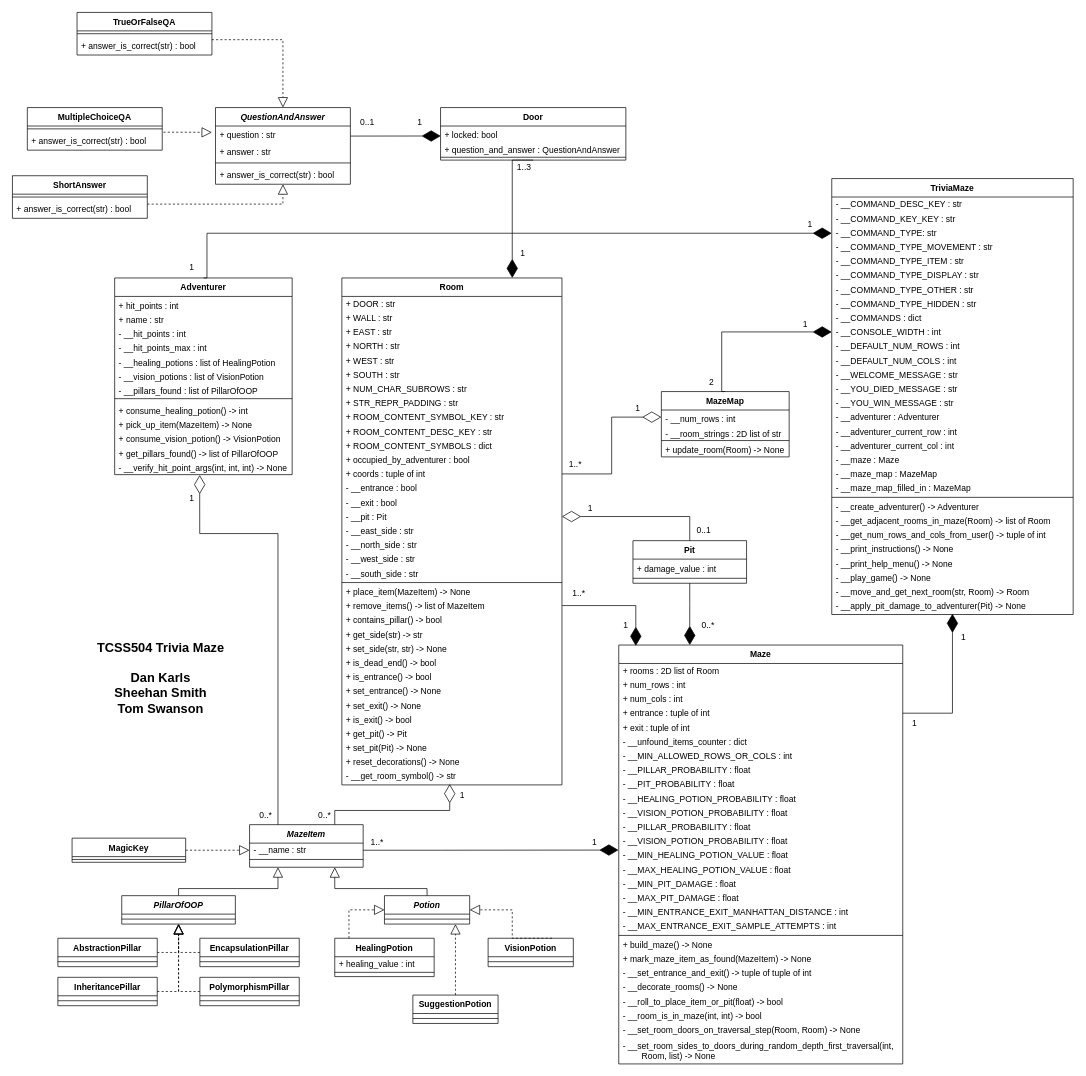
Before: doc/UML.drawio in dskarls/TCSS504-Trivia-Maze, a draw.io diagram. Source tidied: cells renumbered, new cells numbered last; positions are measured from the earlier drawing's top-left corner, leaving out a move shared by most shapes. Both pictures are drawn from the tidied source at 71%, with x=0, y=0 at pixel (12, 12).
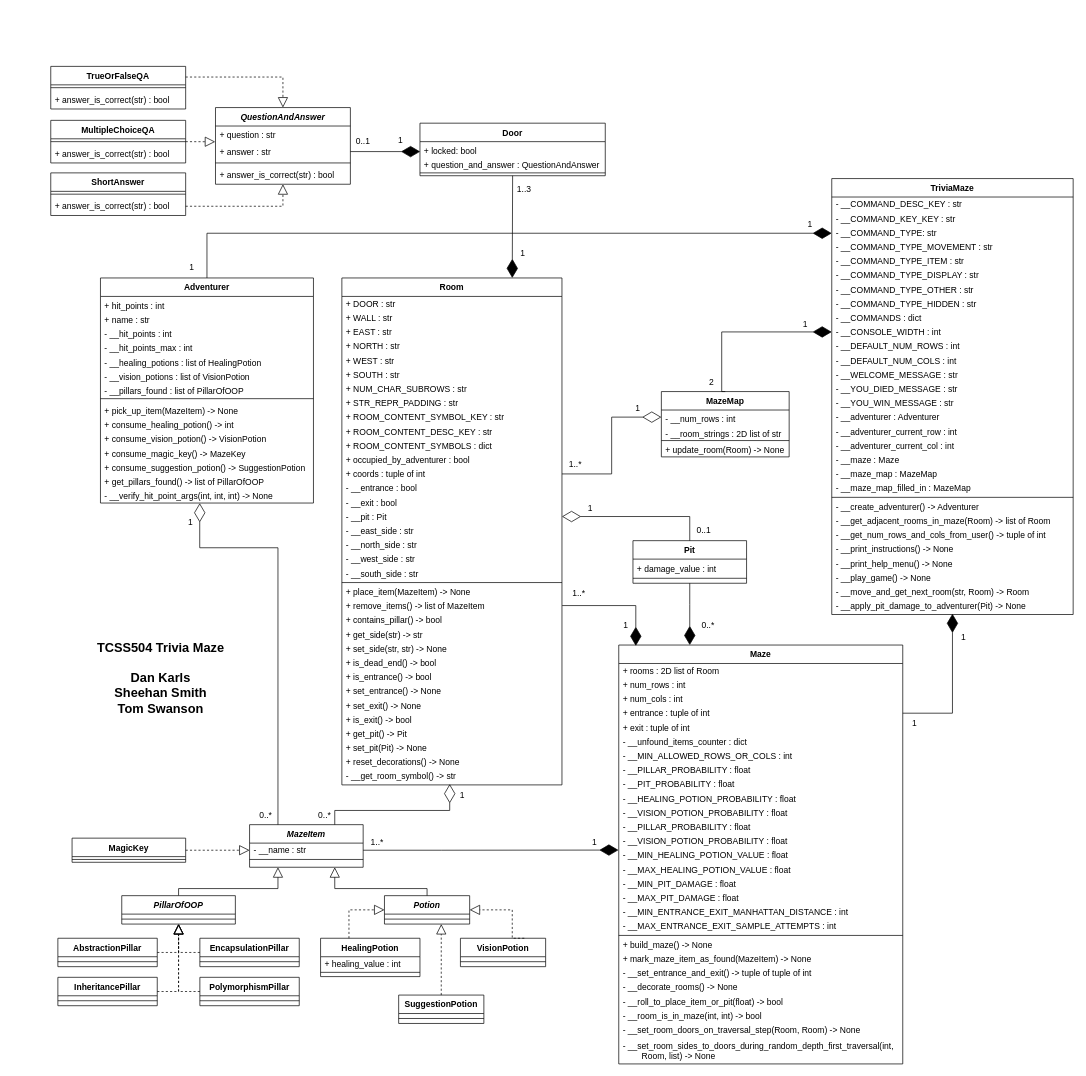
After the change.

Commit message:
DOC: Misc. clean-up of UML diagram

The change refers to these unchanged cells:
```xml
<mxCell id="2" value="MazeItem" style="swimlane;fontStyle=3;align=center;verticalAlign=top;horizontal=1;startSize=26;rounded=0;shadow=0;strokeWidth=1;" parent="1" vertex="1">
  <mxGeometry x="334" y="1144" width="160" height="60" as="geometry" />
</mxCell>
<mxCell id="176" value="QuestionAndAnswer" style="swimlane;fontStyle=3;align=center;verticalAlign=top;horizontal=1;startSize=26;" parent="1" vertex="1">
  <mxGeometry x="286" y="134" width="190" height="108" as="geometry" />
</mxCell>
<mxCell id="177" value="+ question : str" style="text;strokeColor=none;fillColor=none;align=left;verticalAlign=top;spacingLeft=4;spacingRight=4;overflow=hidden;points=[[0,0.5],[1,0.5]];portConstraint=eastwest;" parent="176" vertex="1">
  <mxGeometry y="26" width="190" height="24" as="geometry" />
</mxCell>
<mxCell id="178" value="+ answer : str" style="text;strokeColor=none;fillColor=none;align=left;verticalAlign=top;spacingLeft=4;spacingRight=4;overflow=hidden;points=[[0,0.5],[1,0.5]];portConstraint=eastwest;" parent="176" vertex="1">
  <mxGeometry y="50" width="190" height="24" as="geometry" />
</mxCell>
<mxCell id="188" value="+ locked: bool" style="text;strokeColor=none;fillColor=none;align=left;verticalAlign=top;spacingLeft=4;spacingRight=4;overflow=hidden;points=[[0,0.5],[1,0.5]];portConstraint=eastwest;" parent="187" vertex="1">
  <mxGeometry y="26" width="261" height="20" as="geometry" />
</mxCell>
<mxCell id="195" value="+ answer_is_correct(str) : bool" style="text;strokeColor=none;fillColor=none;align=left;verticalAlign=top;spacingLeft=4;spacingRight=4;overflow=hidden;points=[[0,0.5],[1,0.5]];portConstraint=eastwest;" parent="193" vertex="1">
  <mxGeometry y="34" width="190" height="26" as="geometry" />
</mxCell>
<mxCell id="198" value="+ answer_is_correct(str) : bool" style="text;strokeColor=none;fillColor=none;align=left;verticalAlign=top;spacingLeft=4;spacingRight=4;overflow=hidden;points=[[0,0.5],[1,0.5]];portConstraint=eastwest;" parent="196" vertex="1">
  <mxGeometry y="34" width="190" height="26" as="geometry" />
</mxCell>
<mxCell id="201" value="+ answer_is_correct(str) : bool" style="text;strokeColor=none;fillColor=none;align=left;verticalAlign=top;spacingLeft=4;spacingRight=4;overflow=hidden;points=[[0,0.5],[1,0.5]];portConstraint=eastwest;" parent="199" vertex="1">
  <mxGeometry y="34" width="190" height="26" as="geometry" />
</mxCell>
```

Change to the diagram source:
```diff
@@
     <mxCell id="5" value="HealingPotion" style="swimlane;fontStyle=1;align=center;verticalAlign=top;horizontal=1;startSize=26;rounded=0;shadow=0;strokeWidth=1;" parent="1" vertex="1">
-      <mxGeometry x="454" y="1304" width="140" height="54" as="geometry" />
+      <mxGeometry x="434" y="1304" width="140" height="54" as="geometry" />
     </mxCell>
@@
     <mxCell id="11" value="VisionPotion" style="swimlane;fontStyle=1;align=center;verticalAlign=top;horizontal=1;startSize=26;rounded=0;shadow=0;strokeWidth=1;" parent="1" vertex="1">
-      <mxGeometry x="670" y="1304" width="120" height="40" as="geometry" />
+      <mxGeometry x="631" y="1304" width="120" height="40" as="geometry" />
     </mxCell>
@@
     <mxCell id="98" value="Adventurer" style="swimlane;fontStyle=1;align=center;verticalAlign=top;horizontal=1;startSize=26;fontFamily=Helvetica;fontSize=12;" parent="1" vertex="1">
-      <mxGeometry x="144" y="374" width="250" height="277" as="geometry" />
+      <mxGeometry x="124" y="374" width="300" height="317" as="geometry" />
     </mxCell>
     <mxCell id="99" value="+ hit_points : int" style="text;strokeColor=none;fillColor=none;align=left;verticalAlign=top;spacingLeft=4;spacingRight=4;overflow=hidden;fontFamily=Helvetica;fontSize=12;" parent="98" vertex="1">
-      <mxGeometry y="26" width="250" height="20" as="geometry" />
+      <mxGeometry y="26" width="300" height="20" as="geometry" />
     </mxCell>
     <mxCell id="100" value="+ name : str" style="text;strokeColor=none;fillColor=none;align=left;verticalAlign=top;spacingLeft=4;spacingRight=4;overflow=hidden;fontFamily=Helvetica;fontSize=12;" parent="98" vertex="1">
-      <mxGeometry y="46" width="250" height="20" as="geometry" />
+      <mxGeometry y="46" width="300" height="20" as="geometry" />
     </mxCell>
     <mxCell id="101" value="- __hit_points : int" style="text;strokeColor=none;fillColor=none;align=left;verticalAlign=top;spacingLeft=4;spacingRight=4;overflow=hidden;fontFamily=Helvetica;fontSize=12;" parent="98" vertex="1">
-      <mxGeometry y="66" width="250" height="20" as="geometry" />
+      <mxGeometry y="66" width="300" height="20" as="geometry" />
     </mxCell>
     <mxCell id="102" value="- __hit_points_max : int" style="text;strokeColor=none;fillColor=none;align=left;verticalAlign=top;spacingLeft=4;spacingRight=4;overflow=hidden;fontFamily=Helvetica;fontSize=12;" parent="98" vertex="1">
-      <mxGeometry y="86" width="250" height="20" as="geometry" />
+      <mxGeometry y="86" width="300" height="20" as="geometry" />
     </mxCell>
     <mxCell id="103" value="- __healing_potions : list of HealingPotion" style="text;strokeColor=none;fillColor=none;align=left;verticalAlign=top;spacingLeft=4;spacingRight=4;overflow=hidden;fontFamily=Helvetica;fontSize=12;" parent="98" vertex="1">
-      <mxGeometry y="106" width="250" height="20" as="geometry" />
+      <mxGeometry y="106" width="300" height="20" as="geometry" />
     </mxCell>
     <mxCell id="104" value="- __vision_potions : list of VisionPotion" style="text;strokeColor=none;fillColor=none;align=left;verticalAlign=top;spacingLeft=4;spacingRight=4;overflow=hidden;fontFamily=Helvetica;fontSize=12;" parent="98" vertex="1">
-      <mxGeometry y="126" width="250" height="20" as="geometry" />
+      <mxGeometry y="126" width="300" height="20" as="geometry" />
     </mxCell>
     <mxCell id="105" value="- __pillars_found : list of PillarOfOOP" style="text;strokeColor=none;fillColor=none;align=left;verticalAlign=top;spacingLeft=4;spacingRight=4;overflow=hidden;fontFamily=Helvetica;fontSize=12;" parent="98" vertex="1">
-      <mxGeometry y="146" width="250" height="20" as="geometry" />
+      <mxGeometry y="146" width="300" height="20" as="geometry" />
     </mxCell>
     <mxCell id="106" style="line;strokeWidth=1;fillColor=none;align=left;verticalAlign=middle;spacingTop=-1;spacingLeft=3;spacingRight=3;labelPosition=right;strokeColor=inherit;fontFamily=Courier New;fontSize=12;" parent="98" vertex="1">
-      <mxGeometry y="166" width="250" height="8" as="geometry" />
+      <mxGeometry y="166" width="300" height="8" as="geometry" />
     </mxCell>
+    <mxCell id="108" value="+ pick_up_item(MazeItem) -&gt; None" style="text;strokeColor=none;fillColor=none;align=left;verticalAlign=top;spacingLeft=4;spacingRight=4;overflow=hidden;fontFamily=Helvetica;fontSize=12;" parent="98" vertex="1">
+      <mxGeometry y="174" width="300" height="20" as="geometry" />
+    </mxCell>
     <mxCell id="107" value="+ consume_healing_potion() -&gt; int" style="text;strokeColor=none;fillColor=none;align=left;verticalAlign=top;spacingLeft=4;spacingRight=4;overflow=hidden;fontFamily=Helvetica;fontSize=12;" parent="98" vertex="1">
-      <mxGeometry y="174" width="250" height="20" as="geometry" />
+      <mxGeometry y="194" width="300" height="20" as="geometry" />
     </mxCell>
-    <mxCell id="108" value="+ pick_up_item(MazeItem) -&gt; None" style="text;strokeColor=none;fillColor=none;align=left;verticalAlign=top;spacingLeft=4;spacingRight=4;overflow=hidden;fontFamily=Helvetica;fontSize=12;" parent="98" vertex="1">
-      <mxGeometry y="194" width="250" height="20" as="geometry" />
-    </mxCell>
     <mxCell id="109" value="+ consume_vision_potion() -&gt; VisionPotion" style="text;strokeColor=none;fillColor=none;align=left;verticalAlign=top;spacingLeft=4;spacingRight=4;overflow=hidden;fontFamily=Helvetica;fontSize=12;" parent="98" vertex="1">
-      <mxGeometry y="214" width="250" height="20" as="geometry" />
+      <mxGeometry y="214" width="300" height="20" as="geometry" />
     </mxCell>
+    <mxCell id="212" value="+ consume_magic_key() -&gt; MazeKey" style="text;strokeColor=none;fillColor=none;align=left;verticalAlign=top;spacingLeft=4;spacingRight=4;overflow=hidden;fontFamily=Helvetica;fontSize=12;" parent="98" vertex="1">
+      <mxGeometry y="234" width="300" height="20" as="geometry" />
+    </mxCell>
+    <mxCell id="213" value="+ consume_suggestion_potion() -&gt; SuggestionPotion" style="text;strokeColor=none;fillColor=none;align=left;verticalAlign=top;spacingLeft=4;spacingRight=4;overflow=hidden;fontFamily=Helvetica;fontSize=12;" parent="98" vertex="1">
+      <mxGeometry y="254" width="300" height="20" as="geometry" />
+    </mxCell>
     <mxCell id="110" value="+ get_pillars_found() -&gt; list of PillarOfOOP" style="text;strokeColor=none;fillColor=none;align=left;verticalAlign=top;spacingLeft=4;spacingRight=4;overflow=hidden;fontFamily=Helvetica;fontSize=12;" parent="98" vertex="1">
-      <mxGeometry y="234" width="250" height="20" as="geometry" />
+      <mxGeometry y="274" width="300" height="20" as="geometry" />
     </mxCell>
     <mxCell id="111" value="- __verify_hit_point_args(int, int, int) -&gt; None" style="text;strokeColor=none;fillColor=none;align=left;verticalAlign=top;spacingLeft=4;spacingRight=4;overflow=hidden;points=[[0,0.5],[1,0.5]];portConstraint=eastwest;fontFamily=Helvetica;fontSize=12;spacingBottom=3;" parent="98" vertex="1">
-      <mxGeometry y="254" width="250" height="23" as="geometry" />
+      <mxGeometry y="294" width="300" height="23" as="geometry" />
     </mxCell>
-    <mxCell id="112" style="endArrow=diamondThin;endFill=0;endSize=24;html=1;rounded=0;fontFamily=Courier New;fontSize=12;targetPerimeterSpacing=0;edgeStyle=orthogonalEdgeStyle;exitX=0.25;exitY=0;exitDx=0;exitDy=0;entryX=0.479;entryY=1.023;entryDx=0;entryDy=0;entryPerimeter=0;" parent="1" edge="1" source="2" target="111">
+    <mxCell id="112" style="endArrow=diamondThin;endFill=0;endSize=24;html=1;rounded=0;fontFamily=Courier New;fontSize=12;targetPerimeterSpacing=0;edgeStyle=orthogonalEdgeStyle;exitX=0.25;exitY=0;exitDx=0;exitDy=0;entryX=0.466;entryY=1.009;entryDx=0;entryDy=0;entryPerimeter=0;" parent="1" edge="1" source="2" target="111">
       <mxGeometry relative="1" as="geometry">
         <Array as="points">
-          <mxPoint x="374" y="734" />
-          <mxPoint x="264" y="734" />
+          <mxPoint x="374" y="754" />
+          <mxPoint x="264" y="754" />
+          <mxPoint x="264" y="691" />
         </Array>
       </mxGeometry>
     </mxCell>
@@
     <mxCell id="163" value="1" style="text;html=1;strokeColor=none;fillColor=none;align=center;verticalAlign=middle;whiteSpace=wrap;rounded=0;fontStyle=0;" parent="1" vertex="1">
-      <mxGeometry x="223" y="670" width="60" height="30" as="geometry" />
+      <mxGeometry x="221" y="704" width="60" height="30" as="geometry" />
     </mxCell>
@@
     <mxCell id="181" value="SuggestionPotion" style="swimlane;fontStyle=1;align=center;verticalAlign=top;horizontal=1;startSize=26;rounded=0;shadow=0;strokeWidth=1;" parent="1" vertex="1">
-      <mxGeometry x="564" y="1384" width="120" height="40" as="geometry" />
+      <mxGeometry x="544" y="1384" width="120" height="40" as="geometry" />
     </mxCell>
@@
-    <mxCell id="183" style="endArrow=block;dashed=1;endFill=0;endSize=12;html=1;rounded=0;targetPerimeterSpacing=0;edgeStyle=orthogonalEdgeStyle;exitX=0.5;exitY=0;exitDx=0;exitDy=0;" parent="1" edge="1" source="181">
+    <mxCell id="183" style="endArrow=block;dashed=1;endFill=0;endSize=12;html=1;rounded=0;targetPerimeterSpacing=0;exitX=0.5;exitY=0;exitDx=0;exitDy=0;" parent="1" edge="1" source="181">
       <mxGeometry relative="1" as="geometry">
-        <mxPoint x="624" y="1284" as="targetPoint" />
-        <Array as="points">
-          <mxPoint x="624" y="1374" />
-          <mxPoint x="624" y="1374" />
-        </Array>
+        <mxPoint x="604" y="1284" as="targetPoint" />
       </mxGeometry>
     </mxCell>
@@
     <mxCell id="187" value="Door" style="swimlane;fontStyle=1;align=center;verticalAlign=top;horizontal=1;startSize=26;" parent="1" vertex="1">
-      <mxGeometry x="603" y="134" width="261" height="74" as="geometry" />
+      <mxGeometry x="574" y="156" width="261" height="74" as="geometry" />
     </mxCell>
@@
-    <mxCell id="192" style="endArrow=diamondThin;endFill=1;endSize=24;html=1;rounded=0;fontFamily=Courier New;fontSize=12;targetPerimeterSpacing=0;exitX=1.001;exitY=0.59;exitDx=0;exitDy=0;startSize=6;exitPerimeter=0;entryX=0.001;entryY=0.702;entryDx=0;entryDy=0;entryPerimeter=0;" parent="1" edge="1" source="177" target="188">
+    <mxCell id="192" style="endArrow=diamondThin;endFill=1;endSize=24;html=1;rounded=0;fontFamily=Courier New;fontSize=12;targetPerimeterSpacing=0;exitX=1;exitY=0.5;exitDx=0;exitDy=0;startSize=6;entryX=0.001;entryY=0.702;entryDx=0;entryDy=0;entryPerimeter=0;" parent="1" edge="1" source="178" target="188">
       <mxGeometry relative="1" as="geometry" />
     </mxCell>
     <mxCell id="193" value="TrueOrFalseQA" style="swimlane;fontStyle=1;align=center;verticalAlign=top;horizontal=1;startSize=26;" parent="1" vertex="1">
-      <mxGeometry x="91" width="190" height="60" as="geometry" />
+      <mxGeometry x="54" y="76" width="190" height="60" as="geometry" />
     </mxCell>
@@
     <mxCell id="196" value="MultipleChoiceQA" style="swimlane;fontStyle=1;align=center;verticalAlign=top;horizontal=1;startSize=26;" parent="1" vertex="1">
-      <mxGeometry x="21" y="134" width="190" height="60" as="geometry" />
+      <mxGeometry x="54" y="152" width="190" height="60" as="geometry" />
     </mxCell>
@@
     <mxCell id="199" value="ShortAnswer" style="swimlane;fontStyle=1;align=center;verticalAlign=top;horizontal=1;startSize=26;" parent="1" vertex="1">
-      <mxGeometry y="230" width="190" height="60" as="geometry" />
+      <mxGeometry x="54" y="226" width="190" height="60" as="geometry" />
     </mxCell>
@@
-    <mxCell id="202" style="endArrow=block;dashed=1;endFill=0;endSize=12;html=1;rounded=0;targetPerimeterSpacing=0;entryX=0.5;entryY=0;entryDx=0;entryDy=0;exitX=0.999;exitY=0.169;exitDx=0;exitDy=0;edgeStyle=elbowEdgeStyle;exitPerimeter=0;" parent="1" edge="1" source="195" target="176">
-      <mxGeometry relative="1" as="geometry">
-        <Array as="points">
-          <mxPoint x="381" y="80" />
-        </Array>
-      </mxGeometry>
+    <mxCell id="202" style="endArrow=block;dashed=1;endFill=0;endSize=12;html=1;rounded=0;targetPerimeterSpacing=0;entryX=0.5;entryY=0;entryDx=0;entryDy=0;exitX=1;exitY=0.25;exitDx=0;exitDy=0;edgeStyle=orthogonalEdgeStyle;" parent="1" edge="1" source="193" target="176">
+      <mxGeometry relative="1" as="geometry" />
     </mxCell>
-    <mxCell id="203" style="endArrow=block;dashed=1;endFill=0;endSize=12;html=1;rounded=0;targetPerimeterSpacing=0;exitX=1.009;exitY=0.028;exitDx=0;exitDy=0;edgeStyle=elbowEdgeStyle;exitPerimeter=0;" parent="1" edge="1" source="198">
-      <mxGeometry relative="1" as="geometry">
-        <mxPoint x="281" y="169" as="targetPoint" />
-      </mxGeometry>
+    <mxCell id="203" style="endArrow=block;dashed=1;endFill=0;endSize=12;html=1;rounded=0;targetPerimeterSpacing=0;exitX=1;exitY=0.5;exitDx=0;exitDy=0;entryX=-0.002;entryY=0.924;entryDx=0;entryDy=0;entryPerimeter=0;" parent="1" edge="1" source="196" target="177">
+      <mxGeometry relative="1" as="geometry" />
     </mxCell>
-    <mxCell id="204" style="endArrow=block;dashed=1;endFill=0;endSize=12;html=1;rounded=0;targetPerimeterSpacing=0;exitX=1.009;exitY=0.028;exitDx=0;exitDy=0;edgeStyle=elbowEdgeStyle;exitPerimeter=0;entryX=0.5;entryY=1;entryDx=0;entryDy=0;" parent="1" edge="1" target="176">
+    <mxCell id="204" style="endArrow=block;dashed=1;endFill=0;endSize=12;html=1;rounded=0;targetPerimeterSpacing=0;edgeStyle=elbowEdgeStyle;entryX=0.5;entryY=1;entryDx=0;entryDy=0;exitX=1;exitY=0.5;exitDx=0;exitDy=0;" parent="1" edge="1" source="201" target="176">
       <mxGeometry relative="1" as="geometry">
-        <mxPoint x="190" y="270" as="sourcePoint" />
         <Array as="points">
           <mxPoint x="381" y="254" />
         </Array>
       </mxGeometry>
     </mxCell>
     <mxCell id="205" value="1..3" style="text;html=1;strokeColor=none;fillColor=none;align=center;verticalAlign=middle;whiteSpace=wrap;rounded=0;fontStyle=0;" parent="1" vertex="1">
-      <mxGeometry x="691" y="204" width="60" height="30" as="geometry" />
+      <mxGeometry x="691" y="235" width="60" height="30" as="geometry" />
     </mxCell>
@@
     <mxCell id="210" value="1" style="text;html=1;strokeColor=none;fillColor=none;align=center;verticalAlign=middle;whiteSpace=wrap;rounded=0;fontStyle=0;" parent="1" vertex="1">
-      <mxGeometry x="544" y="140" width="60" height="30" as="geometry" />
+      <mxGeometry x="517" y="166" width="60" height="30" as="geometry" />
     </mxCell>
     <mxCell id="211" value="0..1" style="text;html=1;strokeColor=none;fillColor=none;align=center;verticalAlign=middle;whiteSpace=wrap;rounded=0;fontStyle=0;" parent="1" vertex="1">
-      <mxGeometry x="470" y="140" width="60" height="30" as="geometry" />
+      <mxGeometry x="464" y="167" width="60" height="30" as="geometry" />
     </mxCell>
```
